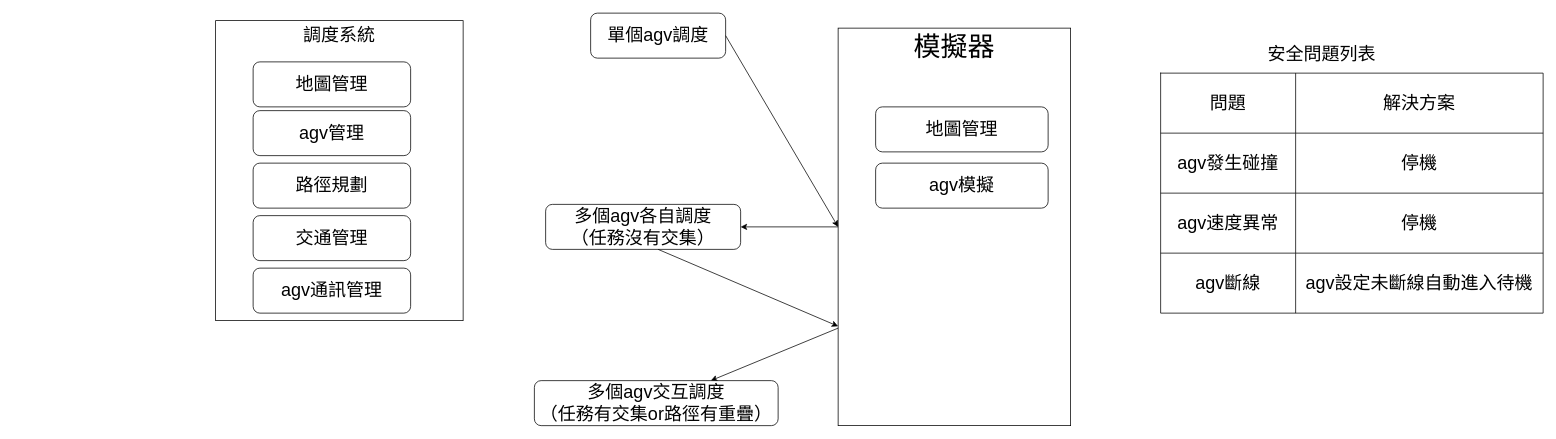
Above: 調度系統設計.drawio in pengzhen80/code_library (draw.io), before the change. Source tidied: cells renumbered, new cells numbered last; positions are measured from the earlier drawing's top-left corner, leaving out a move shared by most shapes. Both pictures are drawn from the tidied source at 75%, with x=0, y=0 at pixel (215, 13).
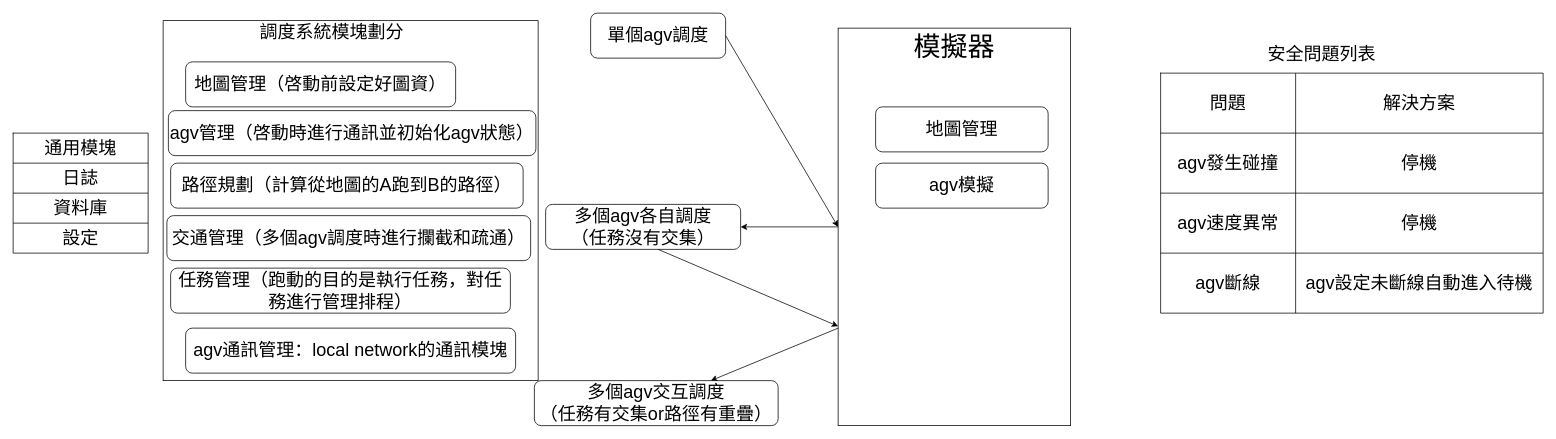
The same page after the edit.

Commit message (it also covers changes not shown here):
更新調度系統設計.drawio

Diff of the diagram source:
```diff
@@
     <mxCell id="27" style="rounded=0;whiteSpace=wrap;html=1;fontSize=24;" parent="1" vertex="1">
-      <mxGeometry y="10" width="330" height="400" as="geometry" />
+      <mxGeometry x="-70" y="10" width="500" height="480" as="geometry" />
     </mxCell>
-    <mxCell id="28" value="調度系統" style="text;html=1;strokeColor=none;fillColor=none;align=center;verticalAlign=middle;whiteSpace=wrap;rounded=0;fontSize=24;" parent="1" vertex="1">
-      <mxGeometry x="100" y="15" width="130" height="30" as="geometry" />
+    <mxCell id="28" value="調度系統模塊劃分" style="text;html=1;strokeColor=none;fillColor=none;align=center;verticalAlign=middle;whiteSpace=wrap;rounded=0;fontSize=24;" parent="1" vertex="1">
+      <mxGeometry x="45" y="10" width="220" height="30" as="geometry" />
     </mxCell>
-    <mxCell id="29" value="路徑規劃" style="rounded=1;whiteSpace=wrap;html=1;fontSize=24;" parent="1" vertex="1">
-      <mxGeometry x="50" y="200" width="210" height="60" as="geometry" />
+    <mxCell id="29" value="路徑規劃（計算從地圖的A跑到B的路徑）" style="rounded=1;whiteSpace=wrap;html=1;fontSize=24;" parent="1" vertex="1">
+      <mxGeometry x="-60" y="200" width="470" height="60" as="geometry" />
     </mxCell>
-    <mxCell id="30" value="地圖管理" style="rounded=1;whiteSpace=wrap;html=1;fontSize=24;" parent="1" vertex="1">
-      <mxGeometry x="50" y="65" width="210" height="60" as="geometry" />
+    <mxCell id="30" value="地圖管理（啓動前設定好圖資）" style="rounded=1;whiteSpace=wrap;html=1;fontSize=24;" parent="1" vertex="1">
+      <mxGeometry x="-40" y="65" width="360" height="60" as="geometry" />
     </mxCell>
-    <mxCell id="31" value="agv管理" style="rounded=1;whiteSpace=wrap;html=1;fontSize=24;" parent="1" vertex="1">
-      <mxGeometry x="50" y="130" width="210" height="60" as="geometry" />
+    <mxCell id="31" value="agv管理（啓動時進行通訊並初始化agv狀態）" style="rounded=1;whiteSpace=wrap;html=1;fontSize=24;" parent="1" vertex="1">
+      <mxGeometry x="-63" y="130" width="490" height="60" as="geometry" />
     </mxCell>
-    <mxCell id="32" value="交通管理" style="rounded=1;whiteSpace=wrap;html=1;fontSize=24;" parent="1" vertex="1">
-      <mxGeometry x="50" y="270" width="210" height="60" as="geometry" />
+    <mxCell id="32" value="交通管理（多個agv調度時進行攔截和疏通）" style="rounded=1;whiteSpace=wrap;html=1;fontSize=24;" parent="1" vertex="1">
+      <mxGeometry x="-65" y="270" width="485" height="60" as="geometry" />
     </mxCell>
-    <mxCell id="33" value="agv通訊管理" style="rounded=1;whiteSpace=wrap;html=1;fontSize=24;" parent="1" vertex="1">
-      <mxGeometry x="50" y="340" width="210" height="60" as="geometry" />
+    <mxCell id="33" value="agv通訊管理：local network的通訊模塊" style="rounded=1;whiteSpace=wrap;html=1;fontSize=24;" parent="1" vertex="1">
+      <mxGeometry x="-40" y="420" width="440" height="60" as="geometry" />
     </mxCell>
+    <mxCell id="34" value="任務管理（跑動的目的是執行任務，對任務進行管理排程）" style="rounded=1;whiteSpace=wrap;html=1;fontSize=24;" parent="1" vertex="1">
+      <mxGeometry x="-60" y="340" width="453" height="60" as="geometry" />
+    </mxCell>
+    <mxCell id="35" style="shape=table;startSize=0;childLayout=tableLayout;fontSize=24;" parent="1" vertex="1">
+      <mxGeometry x="-270" y="160" width="180" height="160" as="geometry" />
+    </mxCell>
+    <mxCell id="36" style="shape=tableRow;horizontal=0;startSize=0;swimlaneHead=0;swimlaneBody=0;strokeColor=inherit;top=0;left=0;bottom=0;right=0;fillColor=none;fontSize=24;" parent="35" vertex="1">
+      <mxGeometry width="180" height="40" as="geometry" />
+    </mxCell>
+    <mxCell id="37" value="通用模塊" style="shape=partialRectangle;html=1;whiteSpace=wrap;strokeColor=inherit;overflow=hidden;fillColor=none;top=0;left=0;bottom=0;right=0;fontSize=24;" parent="36" vertex="1">
+      <mxGeometry width="180" height="40" as="geometry" />
+    </mxCell>
+    <mxCell id="38" style="shape=tableRow;horizontal=0;startSize=0;swimlaneHead=0;swimlaneBody=0;strokeColor=inherit;top=0;left=0;bottom=0;right=0;fillColor=none;fontSize=24;" parent="35" vertex="1">
+      <mxGeometry y="40" width="180" height="40" as="geometry" />
+    </mxCell>
+    <mxCell id="39" value="日誌" style="shape=partialRectangle;html=1;whiteSpace=wrap;strokeColor=inherit;overflow=hidden;fillColor=none;top=0;left=0;bottom=0;right=0;fontSize=24;" parent="38" vertex="1">
+      <mxGeometry width="180" height="40" as="geometry" />
+    </mxCell>
+    <mxCell id="40" style="shape=tableRow;horizontal=0;startSize=0;swimlaneHead=0;swimlaneBody=0;strokeColor=inherit;top=0;left=0;bottom=0;right=0;fillColor=none;fontSize=24;" parent="35" vertex="1">
+      <mxGeometry y="80" width="180" height="40" as="geometry" />
+    </mxCell>
+    <mxCell id="41" value="資料庫" style="shape=partialRectangle;html=1;whiteSpace=wrap;strokeColor=inherit;overflow=hidden;fillColor=none;top=0;left=0;bottom=0;right=0;fontSize=24;" parent="40" vertex="1">
+      <mxGeometry width="180" height="40" as="geometry" />
+    </mxCell>
+    <mxCell id="42" style="shape=tableRow;horizontal=0;startSize=0;swimlaneHead=0;swimlaneBody=0;strokeColor=inherit;top=0;left=0;bottom=0;right=0;fillColor=none;fontSize=24;" parent="35" vertex="1">
+      <mxGeometry y="120" width="180" height="40" as="geometry" />
+    </mxCell>
+    <mxCell id="43" value="設定" style="shape=partialRectangle;html=1;whiteSpace=wrap;strokeColor=inherit;overflow=hidden;fillColor=none;top=0;left=0;bottom=0;right=0;fontSize=24;" parent="42" vertex="1">
+      <mxGeometry width="180" height="40" as="geometry" />
+    </mxCell>
```
